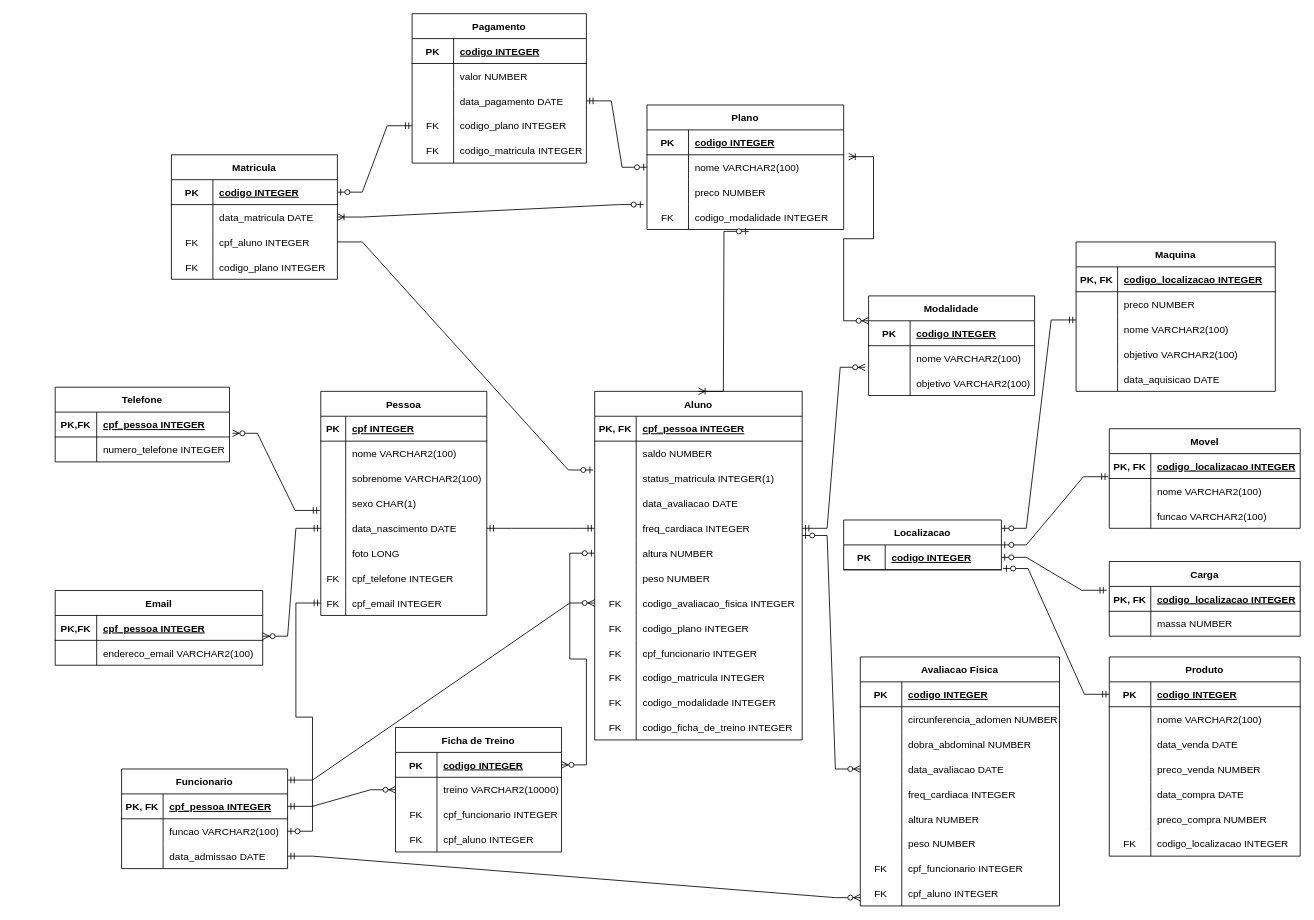
The draw.io diagram GymDataBaseModel.drawio in williamdistler/GymDataBaseModel, before the edit. Source tidied: cells renumbered, new cells numbered last; positions are measured from the earlier drawing's top-left corner, leaving out a move shared by most shapes. Both pictures are drawn from the tidied source at 83%, with x=0, y=0 at pixel (55, 13).
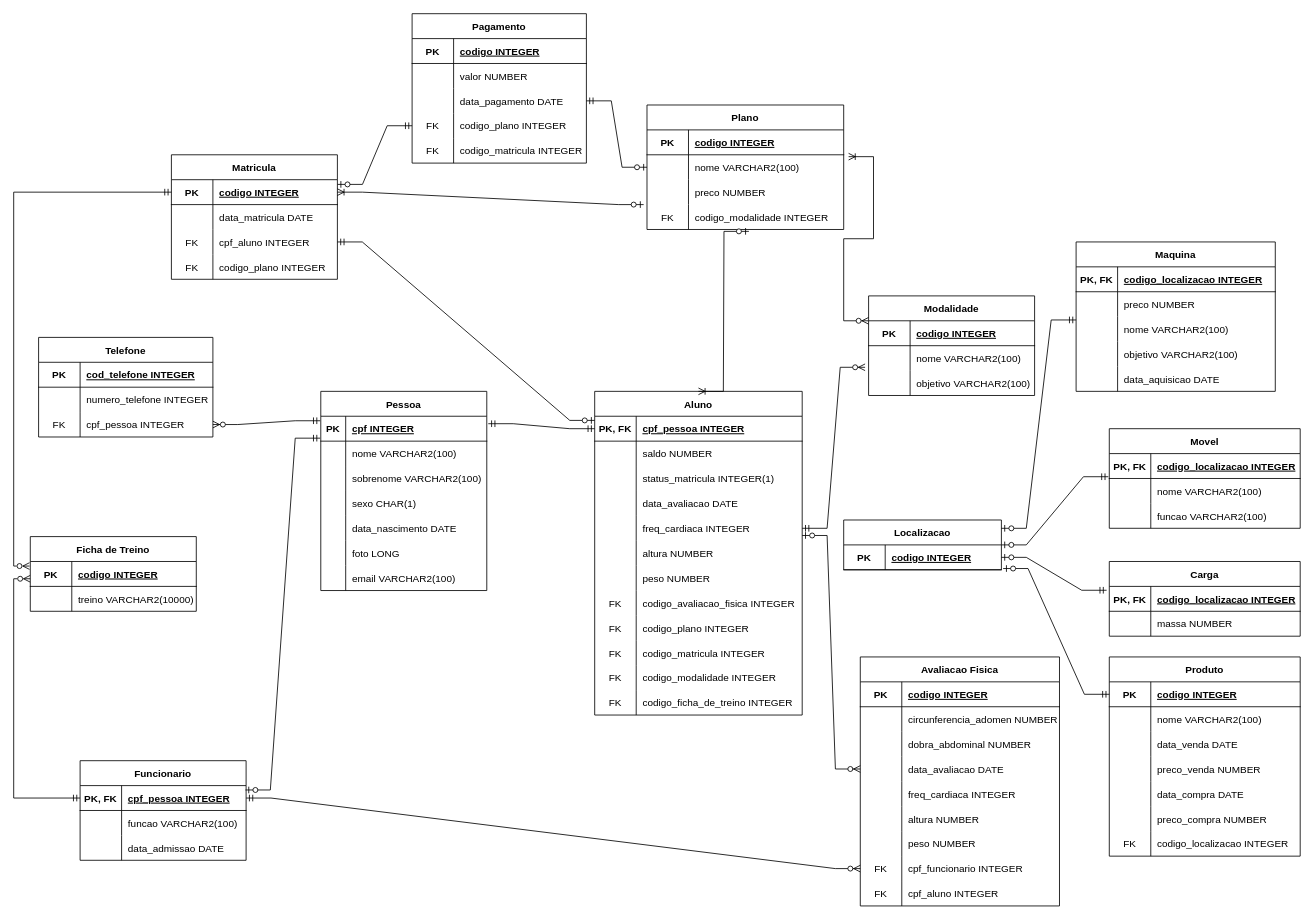
The same diagram, later.

Unchanged cells that the change refers to:
```xml
<mxCell id="3" style="shape=tableRow;horizontal=0;startSize=0;swimlaneHead=0;swimlaneBody=0;fillColor=none;points=[[0,0.5],[1,0.5]];portConstraint=eastwest;top=0;left=0;right=0;bottom=1;" parent="2" vertex="1">
  <mxGeometry y="30" width="200" height="30" as="geometry" />
</mxCell>
<mxCell id="12" style="shape=tableRow;horizontal=0;startSize=0;swimlaneHead=0;swimlaneBody=0;fillColor=none;points=[[0,0.5],[1,0.5]];portConstraint=eastwest;top=0;left=0;right=0;bottom=0;" parent="2" vertex="1">
  <mxGeometry y="120" width="200" height="30" as="geometry" />
</mxCell>
<mxCell id="15" style="shape=tableRow;horizontal=0;startSize=0;swimlaneHead=0;swimlaneBody=0;fillColor=none;points=[[0,0.5],[1,0.5]];portConstraint=eastwest;top=0;left=0;right=0;bottom=0;" parent="2" vertex="1">
  <mxGeometry y="150" width="200" height="30" as="geometry" />
</mxCell>
<mxCell id="28" style="shape=tableRow;horizontal=0;startSize=0;swimlaneHead=0;swimlaneBody=0;fillColor=none;points=[[0,0.5],[1,0.5]];portConstraint=eastwest;top=0;left=0;right=0;bottom=1;" parent="27" vertex="1">
  <mxGeometry y="30" width="210" height="30" as="geometry" />
</mxCell>
<mxCell id="44" style="shape=tableRow;horizontal=0;startSize=0;swimlaneHead=0;swimlaneBody=0;fillColor=none;points=[[0,0.5],[1,0.5]];portConstraint=eastwest;top=0;left=0;right=0;bottom=1;" parent="43" vertex="1">
  <mxGeometry y="30" width="200" height="30" as="geometry" />
</mxCell>
<mxCell id="47" style="shape=tableRow;horizontal=0;startSize=0;swimlaneHead=0;swimlaneBody=0;fillColor=none;points=[[0,0.5],[1,0.5]];portConstraint=eastwest;top=0;left=0;right=0;bottom=0;" parent="43" vertex="1">
  <mxGeometry y="60" width="200" height="30" as="geometry" />
</mxCell>
<mxCell id="50" style="shape=tableRow;horizontal=0;startSize=0;swimlaneHead=0;swimlaneBody=0;fillColor=none;points=[[0,0.5],[1,0.5]];portConstraint=eastwest;top=0;left=0;right=0;bottom=0;" parent="43" vertex="1">
  <mxGeometry y="90" width="200" height="30" as="geometry" />
</mxCell>
<mxCell id="76" style="shape=tableRow;horizontal=0;startSize=0;swimlaneHead=0;swimlaneBody=0;fillColor=none;points=[[0,0.5],[1,0.5]];portConstraint=eastwest;top=0;left=0;right=0;bottom=0;" parent="54" vertex="1">
  <mxGeometry y="240" width="240" height="30" as="geometry" />
</mxCell>
<mxCell id="79" style="shape=tableRow;horizontal=0;startSize=0;swimlaneHead=0;swimlaneBody=0;fillColor=none;points=[[0,0.5],[1,0.5]];portConstraint=eastwest;top=0;left=0;right=0;bottom=0;" parent="54" vertex="1">
  <mxGeometry y="270" width="240" height="30" as="geometry" />
</mxCell>
<mxCell id="84" style="shape=tableRow;horizontal=0;startSize=0;swimlaneHead=0;swimlaneBody=0;fillColor=none;points=[[0,0.5],[1,0.5]];portConstraint=eastwest;top=0;left=0;right=0;bottom=1;" parent="83" vertex="1">
  <mxGeometry y="30" width="250" height="30" as="geometry" />
</mxCell>
<mxCell id="90" style="shape=tableRow;horizontal=0;startSize=0;swimlaneHead=0;swimlaneBody=0;fillColor=none;points=[[0,0.5],[1,0.5]];portConstraint=eastwest;top=0;left=0;right=0;bottom=0;" parent="83" vertex="1">
  <mxGeometry y="90" width="250" height="30" as="geometry" />
</mxCell>
<mxCell id="99" style="shape=tableRow;horizontal=0;startSize=0;swimlaneHead=0;swimlaneBody=0;fillColor=none;points=[[0,0.5],[1,0.5]];portConstraint=eastwest;top=0;left=0;right=0;bottom=0;" parent="83" vertex="1">
  <mxGeometry y="180" width="250" height="30" as="geometry" />
</mxCell>
<mxCell id="105" style="shape=tableRow;horizontal=0;startSize=0;swimlaneHead=0;swimlaneBody=0;fillColor=none;points=[[0,0.5],[1,0.5]];portConstraint=eastwest;top=0;left=0;right=0;bottom=0;" parent="83" vertex="1">
  <mxGeometry y="240" width="250" height="30" as="geometry" />
</mxCell>
<mxCell id="127" style="shape=tableRow;horizontal=0;startSize=0;swimlaneHead=0;swimlaneBody=0;fillColor=none;points=[[0,0.5],[1,0.5]];portConstraint=eastwest;top=0;left=0;right=0;bottom=1;" parent="126" vertex="1">
  <mxGeometry y="30" width="200" height="30" as="geometry" />
</mxCell>
<mxCell id="130" style="shape=tableRow;horizontal=0;startSize=0;swimlaneHead=0;swimlaneBody=0;fillColor=none;points=[[0,0.5],[1,0.5]];portConstraint=eastwest;top=0;left=0;right=0;bottom=0;" parent="126" vertex="1">
  <mxGeometry y="60" width="200" height="30" as="geometry" />
</mxCell>
<mxCell id="159" style="shape=tableRow;horizontal=0;startSize=0;swimlaneHead=0;swimlaneBody=0;fillColor=none;points=[[0,0.5],[1,0.5]];portConstraint=eastwest;top=0;left=0;right=0;bottom=0;" parent="152" vertex="1">
  <mxGeometry y="90" width="237" height="30" as="geometry" />
</mxCell>
<mxCell id="168" style="shape=tableRow;horizontal=0;startSize=0;swimlaneHead=0;swimlaneBody=0;fillColor=none;points=[[0,0.5],[1,0.5]];portConstraint=eastwest;top=0;left=0;right=0;bottom=1;" parent="167" vertex="1">
  <mxGeometry y="30" width="200" height="30" as="geometry" />
</mxCell>
<mxCell id="171" style="shape=tableRow;horizontal=0;startSize=0;swimlaneHead=0;swimlaneBody=0;fillColor=none;points=[[0,0.5],[1,0.5]];portConstraint=eastwest;top=0;left=0;right=0;bottom=0;" parent="167" vertex="1">
  <mxGeometry y="60" width="200" height="30" as="geometry" />
</mxCell>
<mxCell id="174" style="shape=tableRow;horizontal=0;startSize=0;swimlaneHead=0;swimlaneBody=0;fillColor=none;points=[[0,0.5],[1,0.5]];portConstraint=eastwest;top=0;left=0;right=0;bottom=0;" parent="167" vertex="1">
  <mxGeometry y="90" width="200" height="30" as="geometry" />
</mxCell>
<mxCell id="192" style="shape=tableRow;horizontal=0;startSize=0;swimlaneHead=0;swimlaneBody=0;fillColor=none;points=[[0,0.5],[1,0.5]];portConstraint=eastwest;top=0;left=0;right=0;bottom=0;" parent="182" vertex="1">
  <mxGeometry y="120" width="210" height="30" as="geometry" />
</mxCell>
```

Change to the diagram source:
```diff
@@
     <mxCell id="2" value="Pessoa" style="shape=table;startSize=30;childLayout=tableLayout;rowLines=0;fontStyle=1;align=center;" parent="1" vertex="1">
-      <mxGeometry x="320" y="455" width="200" height="270" as="geometry" />
+      <mxGeometry x="320" y="455" width="200" height="240" as="geometry" />
     </mxCell>
@@
-    <mxCell id="21" style="shape=tableRow;horizontal=0;startSize=0;swimlaneHead=0;swimlaneBody=0;fillColor=none;top=0;left=0;right=0;bottom=0;" parent="2" vertex="1">
-      <mxGeometry y="210" width="200" height="30" as="geometry" />
-    </mxCell>
-    <mxCell id="22" value="FK" style="shape=partialRectangle;fillColor=none;top=0;left=0;bottom=0;right=0;fontStyle=0;overflow=hidden;" parent="21" vertex="1">
-      <mxGeometry width="30" height="30" as="geometry" />
-    </mxCell>
-    <mxCell id="23" value="cpf_telefone INTEGER" style="shape=partialRectangle;fillColor=none;top=0;left=0;bottom=0;right=0;align=left;spacingLeft=6;fontStyle=0;overflow=hidden;" parent="21" vertex="1">
-      <mxGeometry x="30" width="170" height="30" as="geometry" />
-    </mxCell>
     <mxCell id="24" style="shape=tableRow;horizontal=0;startSize=0;swimlaneHead=0;swimlaneBody=0;fillColor=none;points=[[0,0.5],[1,0.5]];portConstraint=eastwest;top=0;left=0;right=0;bottom=0;" parent="2" vertex="1">
-      <mxGeometry y="240" width="200" height="30" as="geometry" />
+      <mxGeometry y="210" width="200" height="30" as="geometry" />
     </mxCell>
-    <mxCell id="25" value="FK" style="shape=partialRectangle;fillColor=none;top=0;left=0;bottom=0;right=0;fontStyle=0;overflow=hidden;" parent="24" vertex="1">
+    <mxCell id="25" style="shape=partialRectangle;fillColor=none;top=0;left=0;bottom=0;right=0;fontStyle=0;overflow=hidden;" parent="24" vertex="1">
       <mxGeometry width="30" height="30" as="geometry" />
     </mxCell>
-    <mxCell id="26" value="cpf_email INTEGER" style="shape=partialRectangle;fillColor=none;top=0;left=0;bottom=0;right=0;align=left;spacingLeft=6;fontStyle=0;overflow=hidden;" parent="24" vertex="1">
+    <mxCell id="26" value="email VARCHAR2(100)" style="shape=partialRectangle;fillColor=none;top=0;left=0;bottom=0;right=0;align=left;spacingLeft=6;fontStyle=0;overflow=hidden;" parent="24" vertex="1">
       <mxGeometry x="30" width="170" height="30" as="geometry" />
     </mxCell>
     <mxCell id="27" value="Telefone" style="shape=table;startSize=30;childLayout=tableLayout;rowLines=0;fontStyle=1;align=center;" parent="1" vertex="1">
-      <mxGeometry y="450" width="210" height="90" as="geometry" />
+      <mxGeometry x="-20" y="390" width="210" height="120" as="geometry" />
     </mxCell>
@@
-    <mxCell id="29" value="PK,FK" style="shape=partialRectangle;fillColor=none;top=0;left=0;bottom=0;right=0;fontStyle=1;overflow=hidden;" parent="28" vertex="1">
+    <mxCell id="29" value="PK" style="shape=partialRectangle;fillColor=none;top=0;left=0;bottom=0;right=0;fontStyle=1;overflow=hidden;" parent="28" vertex="1">
       <mxGeometry width="50" height="30" as="geometry" />
     </mxCell>
-    <mxCell id="30" value="cpf_pessoa INTEGER" style="shape=partialRectangle;fillColor=none;top=0;left=0;bottom=0;right=0;align=left;spacingLeft=6;fontStyle=5;overflow=hidden;" parent="28" vertex="1">
+    <mxCell id="30" value="cod_telefone INTEGER" style="shape=partialRectangle;fillColor=none;top=0;left=0;bottom=0;right=0;align=left;spacingLeft=6;fontStyle=5;overflow=hidden;" parent="28" vertex="1">
       <mxGeometry x="50" width="160" height="30" as="geometry" />
     </mxCell>
@@
-    <mxCell id="34" style="edgeStyle=entityRelationEdgeStyle;fontSize=12;html=1;endArrow=ERzeroToMany;startArrow=ERmandOne;rounded=0;exitX=-0.005;exitY=0.782;exitDx=0;exitDy=0;entryX=1.017;entryY=0.851;entryDx=0;entryDy=0;entryPerimeter=0;exitPerimeter=0;" parent="1" edge="1" source="12" target="28">
-      <mxGeometry relative="1" as="geometry" />
-    </mxCell>
-    <mxCell id="35" value="Email" style="shape=table;startSize=30;childLayout=tableLayout;rowLines=0;fontStyle=1;align=center;" parent="1" vertex="1">
-      <mxGeometry y="695" width="250" height="90" as="geometry" />
-    </mxCell>
-    <mxCell id="36" style="shape=tableRow;horizontal=0;startSize=0;swimlaneHead=0;swimlaneBody=0;fillColor=none;points=[[0,0.5],[1,0.5]];portConstraint=eastwest;top=0;left=0;right=0;bottom=1;" parent="35" vertex="1">
-      <mxGeometry y="30" width="250" height="30" as="geometry" />
-    </mxCell>
-    <mxCell id="37" value="PK,FK" style="shape=partialRectangle;fillColor=none;top=0;left=0;bottom=0;right=0;fontStyle=1;overflow=hidden;" parent="36" vertex="1">
-      <mxGeometry width="50" height="30" as="geometry" />
-    </mxCell>
+    <mxCell id="263" style="shape=tableRow;horizontal=0;startSize=0;swimlaneHead=0;swimlaneBody=0;fillColor=none;points=[[0,0.5],[1,0.5]];portConstraint=eastwest;top=0;left=0;right=0;bottom=0;" parent="27" vertex="1">
+      <mxGeometry y="90" width="210" height="30" as="geometry" />
+    </mxCell>
+    <mxCell id="264" value="FK" style="shape=partialRectangle;fillColor=none;top=0;left=0;bottom=0;right=0;fontStyle=0;overflow=hidden;" parent="263" vertex="1">
+      <mxGeometry width="50" height="30" as="geometry" />
+    </mxCell>
-    <mxCell id="38" value="cpf_pessoa INTEGER" style="shape=partialRectangle;fillColor=none;top=0;left=0;bottom=0;right=0;align=left;spacingLeft=6;fontStyle=5;overflow=hidden;" parent="36" vertex="1">
-      <mxGeometry x="50" width="200" height="30" as="geometry" />
+    <mxCell id="38" value="cpf_pessoa INTEGER" style="shape=partialRectangle;fillColor=none;top=0;left=0;bottom=0;right=0;align=left;spacingLeft=6;fontStyle=0;overflow=hidden;" parent="263" vertex="1">
+      <mxGeometry x="50" width="160" height="30" as="geometry" />
     </mxCell>
-    <mxCell id="39" style="shape=tableRow;horizontal=0;startSize=0;swimlaneHead=0;swimlaneBody=0;fillColor=none;top=0;left=0;right=0;bottom=0;" parent="35" vertex="1">
-      <mxGeometry y="60" width="250" height="30" as="geometry" />
-    </mxCell>
-    <mxCell id="40" style="shape=partialRectangle;fillColor=none;top=0;left=0;bottom=0;right=0;overflow=hidden;" parent="39" vertex="1">
-      <mxGeometry width="50" height="30" as="geometry" />
-    </mxCell>
-    <mxCell id="41" value="endereco_email VARCHAR2(100)" style="shape=partialRectangle;fillColor=none;top=0;left=0;bottom=0;right=0;align=left;spacingLeft=6;overflow=hidden;" parent="39" vertex="1">
-      <mxGeometry x="50" width="200" height="30" as="geometry" />
-    </mxCell>
-    <mxCell id="42" style="edgeStyle=entityRelationEdgeStyle;fontSize=12;html=1;endArrow=ERzeroToMany;startArrow=ERmandOne;rounded=0;exitX=0;exitY=0.5;exitDx=0;exitDy=0;entryX=1;entryY=0.833;entryDx=0;entryDy=0;entryPerimeter=0;" parent="1" edge="1" source="15" target="36">
-      <mxGeometry relative="1" as="geometry" />
-    </mxCell>
     <mxCell id="43" value="Funcionario" style="shape=table;startSize=30;childLayout=tableLayout;rowLines=0;fontStyle=1;align=center;" parent="1" vertex="1">
-      <mxGeometry x="80" y="910" width="200" height="120" as="geometry" />
+      <mxGeometry x="30" y="900" width="200" height="120" as="geometry" />
     </mxCell>
@@
-    <mxCell id="53" style="edgeStyle=entityRelationEdgeStyle;fontSize=12;html=1;endArrow=ERzeroToOne;startArrow=ERmandOne;rounded=0;entryX=1;entryY=0.5;entryDx=0;entryDy=0;exitX=0;exitY=0.5;exitDx=0;exitDy=0;" parent="1" edge="1" source="24" target="47">
+    <mxCell id="53" style="edgeStyle=entityRelationEdgeStyle;fontSize=12;html=1;endArrow=ERzeroToOne;startArrow=ERmandOne;rounded=0;entryX=0.996;entryY=0.176;entryDx=0;entryDy=0;exitX=-0.004;exitY=0.88;exitDx=0;exitDy=0;exitPerimeter=0;entryPerimeter=0;" parent="1" edge="1" source="3" target="44">
       <mxGeometry relative="1" as="geometry" />
     </mxCell>
@@
-    <mxCell id="82" style="edgeStyle=entityRelationEdgeStyle;fontSize=12;html=1;endArrow=ERzeroToMany;startArrow=ERmandOne;rounded=0;entryX=0;entryY=0.667;entryDx=0;entryDy=0;entryPerimeter=0;exitX=1;exitY=0.5;exitDx=0;exitDy=0;" parent="1" edge="1" source="50" target="79">
+    <mxCell id="82" style="edgeStyle=entityRelationEdgeStyle;fontSize=12;html=1;endArrow=ERzeroToMany;startArrow=ERmandOne;rounded=0;entryX=0;entryY=0.5;entryDx=0;entryDy=0;exitX=1;exitY=0.5;exitDx=0;exitDy=0;" parent="1" edge="1" source="44" target="76">
       <mxGeometry relative="1" as="geometry" />
     </mxCell>
     <mxCell id="83" value="Aluno" style="shape=table;startSize=30;childLayout=tableLayout;rowLines=0;fontStyle=1;align=center;" parent="1" vertex="1">
-      <mxGeometry x="650" y="455" width="250" height="420" as="geometry" />
+      <mxGeometry x="650" y="455" width="250" height="390" as="geometry" />
     </mxCell>
@@
-    <mxCell id="111" style="shape=tableRow;horizontal=0;startSize=0;swimlaneHead=0;swimlaneBody=0;fillColor=none;top=0;left=0;right=0;bottom=0;" parent="83" vertex="1">
-      <mxGeometry y="300" width="250" height="30" as="geometry" />
-    </mxCell>
-    <mxCell id="112" value="FK" style="shape=partialRectangle;fillColor=none;top=0;left=0;bottom=0;right=0;fontStyle=0;overflow=hidden;" parent="111" vertex="1">
-      <mxGeometry width="50" height="30" as="geometry" />
-    </mxCell>
-    <mxCell id="113" value="cpf_funcionario INTEGER" style="shape=partialRectangle;fillColor=none;top=0;left=0;bottom=0;right=0;align=left;spacingLeft=6;fontStyle=0;overflow=hidden;" parent="111" vertex="1">
-      <mxGeometry x="50" width="200" height="30" as="geometry" />
-    </mxCell>
     <mxCell id="114" style="shape=tableRow;horizontal=0;startSize=0;swimlaneHead=0;swimlaneBody=0;fillColor=none;top=0;left=0;right=0;bottom=0;" parent="83" vertex="1">
-      <mxGeometry y="330" width="250" height="30" as="geometry" />
+      <mxGeometry y="300" width="250" height="30" as="geometry" />
     </mxCell>
@@
     <mxCell id="117" style="shape=tableRow;horizontal=0;startSize=0;swimlaneHead=0;swimlaneBody=0;fillColor=none;top=0;left=0;right=0;bottom=0;" parent="83" vertex="1">
-      <mxGeometry y="360" width="250" height="30" as="geometry" />
+      <mxGeometry y="330" width="250" height="30" as="geometry" />
     </mxCell>
@@
     <mxCell id="120" style="shape=tableRow;horizontal=0;startSize=0;swimlaneHead=0;swimlaneBody=0;fillColor=none;top=0;left=0;right=0;bottom=0;" parent="83" vertex="1">
-      <mxGeometry y="390" width="250" height="30" as="geometry" />
+      <mxGeometry y="360" width="250" height="30" as="geometry" />
     </mxCell>
@@
-    <mxCell id="124" style="edgeStyle=entityRelationEdgeStyle;fontSize=12;html=1;endArrow=ERzeroToMany;startArrow=ERmandOne;rounded=0;entryX=0;entryY=0.5;entryDx=0;entryDy=0;exitX=1;exitY=0.111;exitDx=0;exitDy=0;exitPerimeter=0;" parent="1" edge="1" source="43" target="105">
-      <mxGeometry relative="1" as="geometry" />
-    </mxCell>
-    <mxCell id="125" style="edgeStyle=entityRelationEdgeStyle;fontSize=12;html=1;endArrow=ERmandOne;startArrow=ERmandOne;rounded=0;exitX=1;exitY=0.5;exitDx=0;exitDy=0;entryX=0;entryY=0.5;entryDx=0;entryDy=0;" parent="1" edge="1" source="15">
-      <mxGeometry relative="1" as="geometry">
-        <mxPoint x="650" y="620" as="targetPoint" />
-      </mxGeometry>
+    <mxCell id="125" style="edgeStyle=entityRelationEdgeStyle;fontSize=12;html=1;endArrow=ERmandOne;startArrow=ERmandOne;rounded=0;exitX=1.009;exitY=0.3;exitDx=0;exitDy=0;entryX=0;entryY=0.5;entryDx=0;entryDy=0;exitPerimeter=0;" parent="1" edge="1" source="3" target="84">
+      <mxGeometry relative="1" as="geometry" />
     </mxCell>
     <mxCell id="126" value="Ficha de Treino" style="shape=table;startSize=30;childLayout=tableLayout;rowLines=0;fontStyle=1;align=center;" parent="1" vertex="1">
-      <mxGeometry x="410" y="860" width="200" height="150" as="geometry" />
+      <mxGeometry x="-30" y="630" width="200" height="90" as="geometry" />
     </mxCell>
@@
-    <mxCell id="133" style="shape=tableRow;horizontal=0;startSize=0;swimlaneHead=0;swimlaneBody=0;fillColor=none;top=0;left=0;right=0;bottom=0;" parent="126" vertex="1">
-      <mxGeometry y="90" width="200" height="30" as="geometry" />
-    </mxCell>
-    <mxCell id="134" value="FK" style="shape=partialRectangle;fillColor=none;top=0;left=0;bottom=0;right=0;fontStyle=0;overflow=hidden;" parent="133" vertex="1">
-      <mxGeometry width="50" height="30" as="geometry" />
-    </mxCell>
-    <mxCell id="135" value="cpf_funcionario INTEGER" style="shape=partialRectangle;fillColor=none;top=0;left=0;bottom=0;right=0;align=left;spacingLeft=6;fontStyle=0;overflow=hidden;" parent="133" vertex="1">
-      <mxGeometry x="50" width="150" height="30" as="geometry" />
-    </mxCell>
-    <mxCell id="136" style="shape=tableRow;horizontal=0;startSize=0;swimlaneHead=0;swimlaneBody=0;fillColor=none;top=0;left=0;right=0;bottom=0;" parent="126" vertex="1">
-      <mxGeometry y="120" width="200" height="30" as="geometry" />
-    </mxCell>
-    <mxCell id="137" value="FK" style="shape=partialRectangle;fillColor=none;top=0;left=0;bottom=0;right=0;fontStyle=0;overflow=hidden;" parent="136" vertex="1">
-      <mxGeometry width="50" height="30" as="geometry" />
-    </mxCell>
-    <mxCell id="138" value="cpf_aluno INTEGER" style="shape=partialRectangle;fillColor=none;top=0;left=0;bottom=0;right=0;align=left;spacingLeft=6;fontStyle=0;overflow=hidden;" parent="136" vertex="1">
-      <mxGeometry x="50" width="150" height="30" as="geometry" />
-    </mxCell>
-    <mxCell id="139" style="edgeStyle=entityRelationEdgeStyle;fontSize=12;html=1;endArrow=ERzeroToMany;startArrow=ERmandOne;rounded=0;exitX=1;exitY=0.5;exitDx=0;exitDy=0;entryX=0;entryY=0.5;entryDx=0;entryDy=0;" parent="1" edge="1" source="44" target="130">
-      <mxGeometry relative="1" as="geometry" />
-    </mxCell>
-    <mxCell id="140" style="edgeStyle=entityRelationEdgeStyle;fontSize=12;html=1;endArrow=ERzeroToMany;startArrow=ERzeroToOne;rounded=0;entryX=1;entryY=0.5;entryDx=0;entryDy=0;exitX=0;exitY=0.5;exitDx=0;exitDy=0;" parent="1" edge="1" source="99" target="127">
-      <mxGeometry relative="1" as="geometry" />
-    </mxCell>
@@
-    <mxCell id="180" style="edgeStyle=entityRelationEdgeStyle;fontSize=12;html=1;endArrow=ERzeroToOne;endFill=1;rounded=0;exitX=1;exitY=0.5;exitDx=0;exitDy=0;entryX=-0.007;entryY=0.158;entryDx=0;entryDy=0;entryPerimeter=0;" parent="1" edge="1" source="174" target="90">
+    <mxCell id="180" style="edgeStyle=entityRelationEdgeStyle;fontSize=12;html=1;endArrow=ERzeroToOne;endFill=1;rounded=0;exitX=1;exitY=0.5;exitDx=0;exitDy=0;entryX=0;entryY=0.167;entryDx=0;entryDy=0;entryPerimeter=0;startArrow=ERmandOne;startFill=0;" parent="1" edge="1" source="174" target="84">
       <mxGeometry relative="1" as="geometry" />
     </mxCell>
-    <mxCell id="181" style="edgeStyle=entityRelationEdgeStyle;fontSize=12;html=1;endArrow=ERoneToMany;startArrow=ERzeroToOne;rounded=0;entryX=1;entryY=0.5;entryDx=0;entryDy=0;exitX=-0.017;exitY=1;exitDx=0;exitDy=0;exitPerimeter=0;" parent="1" edge="1" source="159" target="171">
+    <mxCell id="181" style="edgeStyle=entityRelationEdgeStyle;fontSize=12;html=1;endArrow=ERoneToMany;startArrow=ERzeroToOne;rounded=0;entryX=1;entryY=0.5;entryDx=0;entryDy=0;exitX=-0.017;exitY=1;exitDx=0;exitDy=0;exitPerimeter=0;" parent="1" edge="1" source="159" target="168">
       <mxGeometry relative="1" as="geometry" />
     </mxCell>
@@
-    <mxCell id="198" style="edgeStyle=entityRelationEdgeStyle;fontSize=12;html=1;endArrow=ERzeroToOne;startArrow=ERmandOne;rounded=0;entryX=1;entryY=0.5;entryDx=0;entryDy=0;exitX=0;exitY=0.5;exitDx=0;exitDy=0;" parent="1" edge="1" source="192" target="168">
+    <mxCell id="198" style="edgeStyle=entityRelationEdgeStyle;fontSize=12;html=1;endArrow=ERzeroToOne;startArrow=ERmandOne;rounded=0;entryX=1.001;entryY=0.189;entryDx=0;entryDy=0;exitX=0;exitY=0.5;exitDx=0;exitDy=0;entryPerimeter=0;" parent="1" edge="1" source="192" target="168">
       <mxGeometry relative="1" as="geometry" />
     </mxCell>
@@
+    <mxCell id="34" style="edgeStyle=entityRelationEdgeStyle;fontSize=12;html=1;endArrow=ERzeroToMany;startArrow=ERmandOne;rounded=0;exitX=-0.004;exitY=0.181;exitDx=0;exitDy=0;entryX=1;entryY=0.5;entryDx=0;entryDy=0;exitPerimeter=0;" parent="1" edge="1" source="3" target="263">
+      <mxGeometry relative="1" as="geometry" />
+    </mxCell>
+    <mxCell id="265" style="edgeStyle=orthogonalEdgeStyle;rounded=0;jettySize=auto;html=1;exitX=0;exitY=0.5;exitDx=0;exitDy=0;entryX=-0.001;entryY=0.693;entryDx=0;entryDy=0;startArrow=ERmandOne;startFill=0;endArrow=ERzeroToMany;endFill=0;entryPerimeter=0;" parent="1" edge="1" source="44" target="127">
+      <mxGeometry relative="1" as="geometry" />
+    </mxCell>
+    <mxCell id="266" style="edgeStyle=orthogonalEdgeStyle;rounded=0;jettySize=auto;html=1;exitX=-0.005;exitY=0.183;exitDx=0;exitDy=0;entryX=0;entryY=0.5;entryDx=0;entryDy=0;startArrow=ERzeroToMany;startFill=0;endArrow=ERmandOne;endFill=0;exitPerimeter=0;" parent="1" edge="1" source="127" target="168">
+      <mxGeometry relative="1" as="geometry" />
+    </mxCell>
```
